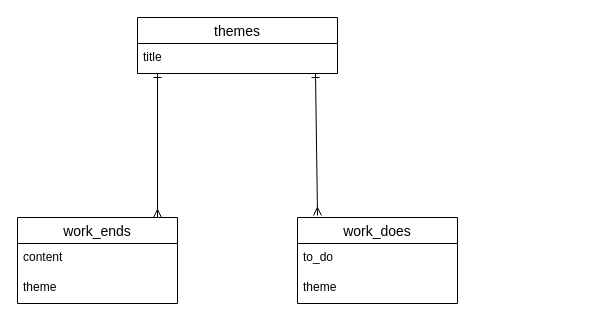
Earlier version of the draw.io diagram lifework.dio (kumosekine/lifework). Source tidied: cells renumbered, new cells numbered last; positions are measured from the earlier drawing's top-left corner, leaving out a move shared by most shapes. Both pictures are drawn from the tidied source at 100%, with x=0, y=0 at pixel (17, 17).
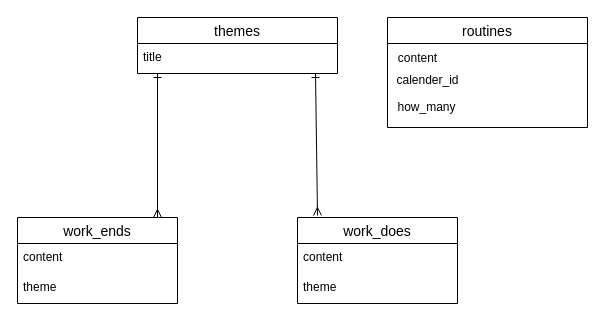
The same diagram, later.

Commit message (it also covers changes not shown here):
routineにDBの修正。viewの修正。ER図の修正

The edit, as a diff of the source:
```diff
@@
 <mxGraphModel>
   <root>
     <mxCell id="0" />
     <mxCell id="1" parent="0" />
     <mxCell id="2" value="themes" style="swimlane;fontStyle=0;horizontal=1;startSize=26;align=center;fontSize=14;" parent="1" vertex="1">
       <mxGeometry x="120" width="200" height="56" as="geometry" />
     </mxCell>
     <mxCell id="3" value="title" style="text;strokeColor=none;fillColor=none;spacingLeft=4;spacingRight=4;overflow=hidden;points=[[0,0.5],[1,0.5]];portConstraint=eastwest;fontSize=12;" parent="2" vertex="1">
       <mxGeometry y="26" width="200" height="30" as="geometry" />
     </mxCell>
     <mxCell id="4" value="work_does" style="swimlane;fontStyle=0;horizontal=1;startSize=26;align=center;fontSize=14;" parent="1" vertex="1">
       <mxGeometry x="280" y="200" width="160" height="86" as="geometry" />
     </mxCell>
-    <mxCell id="5" value="to_do" style="text;strokeColor=none;fillColor=none;spacingLeft=4;spacingRight=4;overflow=hidden;fontSize=12;" parent="4" vertex="1">
+    <mxCell id="5" value="content" style="text;strokeColor=none;fillColor=none;spacingLeft=4;spacingRight=4;overflow=hidden;fontSize=12;" parent="4" vertex="1">
       <mxGeometry y="26" width="160" height="30" as="geometry" />
     </mxCell>
     <mxCell id="6" value="theme" style="text;strokeColor=none;fillColor=none;spacingLeft=4;spacingRight=4;overflow=hidden;fontSize=12;" parent="4" vertex="1">
       <mxGeometry y="56" width="160" height="30" as="geometry" />
     </mxCell>
     <mxCell id="7" value="work_ends" style="swimlane;fontStyle=0;horizontal=1;startSize=26;align=center;fontSize=14;" parent="1" vertex="1">
       <mxGeometry y="200" width="160" height="86" as="geometry" />
     </mxCell>
     <mxCell id="8" value="content" style="text;strokeColor=none;fillColor=none;spacingLeft=4;spacingRight=4;overflow=hidden;fontSize=12;" parent="7" vertex="1">
       <mxGeometry y="26" width="160" height="30" as="geometry" />
     </mxCell>
     <mxCell id="9" value="theme" style="text;strokeColor=none;fillColor=none;spacingLeft=4;spacingRight=4;overflow=hidden;fontSize=12;" parent="7" vertex="1">
       <mxGeometry y="56" width="160" height="30" as="geometry" />
     </mxCell>
     <mxCell id="10" style="endArrow=ERmany;html=1;rounded=0;exitX=0.89;exitY=1;exitDx=0;exitDy=0;exitPerimeter=0;entryX=0.125;entryY=-0.023;entryDx=0;entryDy=0;entryPerimeter=0;startArrow=ERone;startFill=0;endFill=0;" parent="1" edge="1" source="3" target="4">
       <mxGeometry relative="1" as="geometry" />
     </mxCell>
     <mxCell id="11" style="endArrow=ERone;html=1;rounded=0;startArrow=ERmany;startFill=0;endFill=0;" parent="1" edge="1">
       <mxGeometry relative="1" as="geometry">
         <mxPoint x="140" y="200" as="sourcePoint" />
         <mxPoint x="140" y="56" as="targetPoint" />
       </mxGeometry>
     </mxCell>
+    <mxCell id="12" value="routines" style="swimlane;fontStyle=0;horizontal=1;startSize=26;align=center;fontSize=14;" parent="1" vertex="1">
+      <mxGeometry x="370" width="200" height="110" as="geometry" />
+    </mxCell>
+    <mxCell id="13" value="content" style="text;html=1;align=center;verticalAlign=middle;strokeColor=none;" parent="1" vertex="1">
+      <mxGeometry x="375" y="31" width="50" height="20" as="geometry" />
+    </mxCell>
+    <mxCell id="14" value="calender_id" style="text;html=1;align=center;verticalAlign=middle;strokeColor=none;" parent="1" vertex="1">
+      <mxGeometry x="370" y="53" width="80" height="20" as="geometry" />
+    </mxCell>
+    <mxCell id="15" value="how_many" style="text;html=1;align=center;verticalAlign=middle;strokeColor=none;" parent="1" vertex="1">
+      <mxGeometry x="374" y="80" width="70" height="20" as="geometry" />
+    </mxCell>
   </root>
 </mxGraphModel>
```
